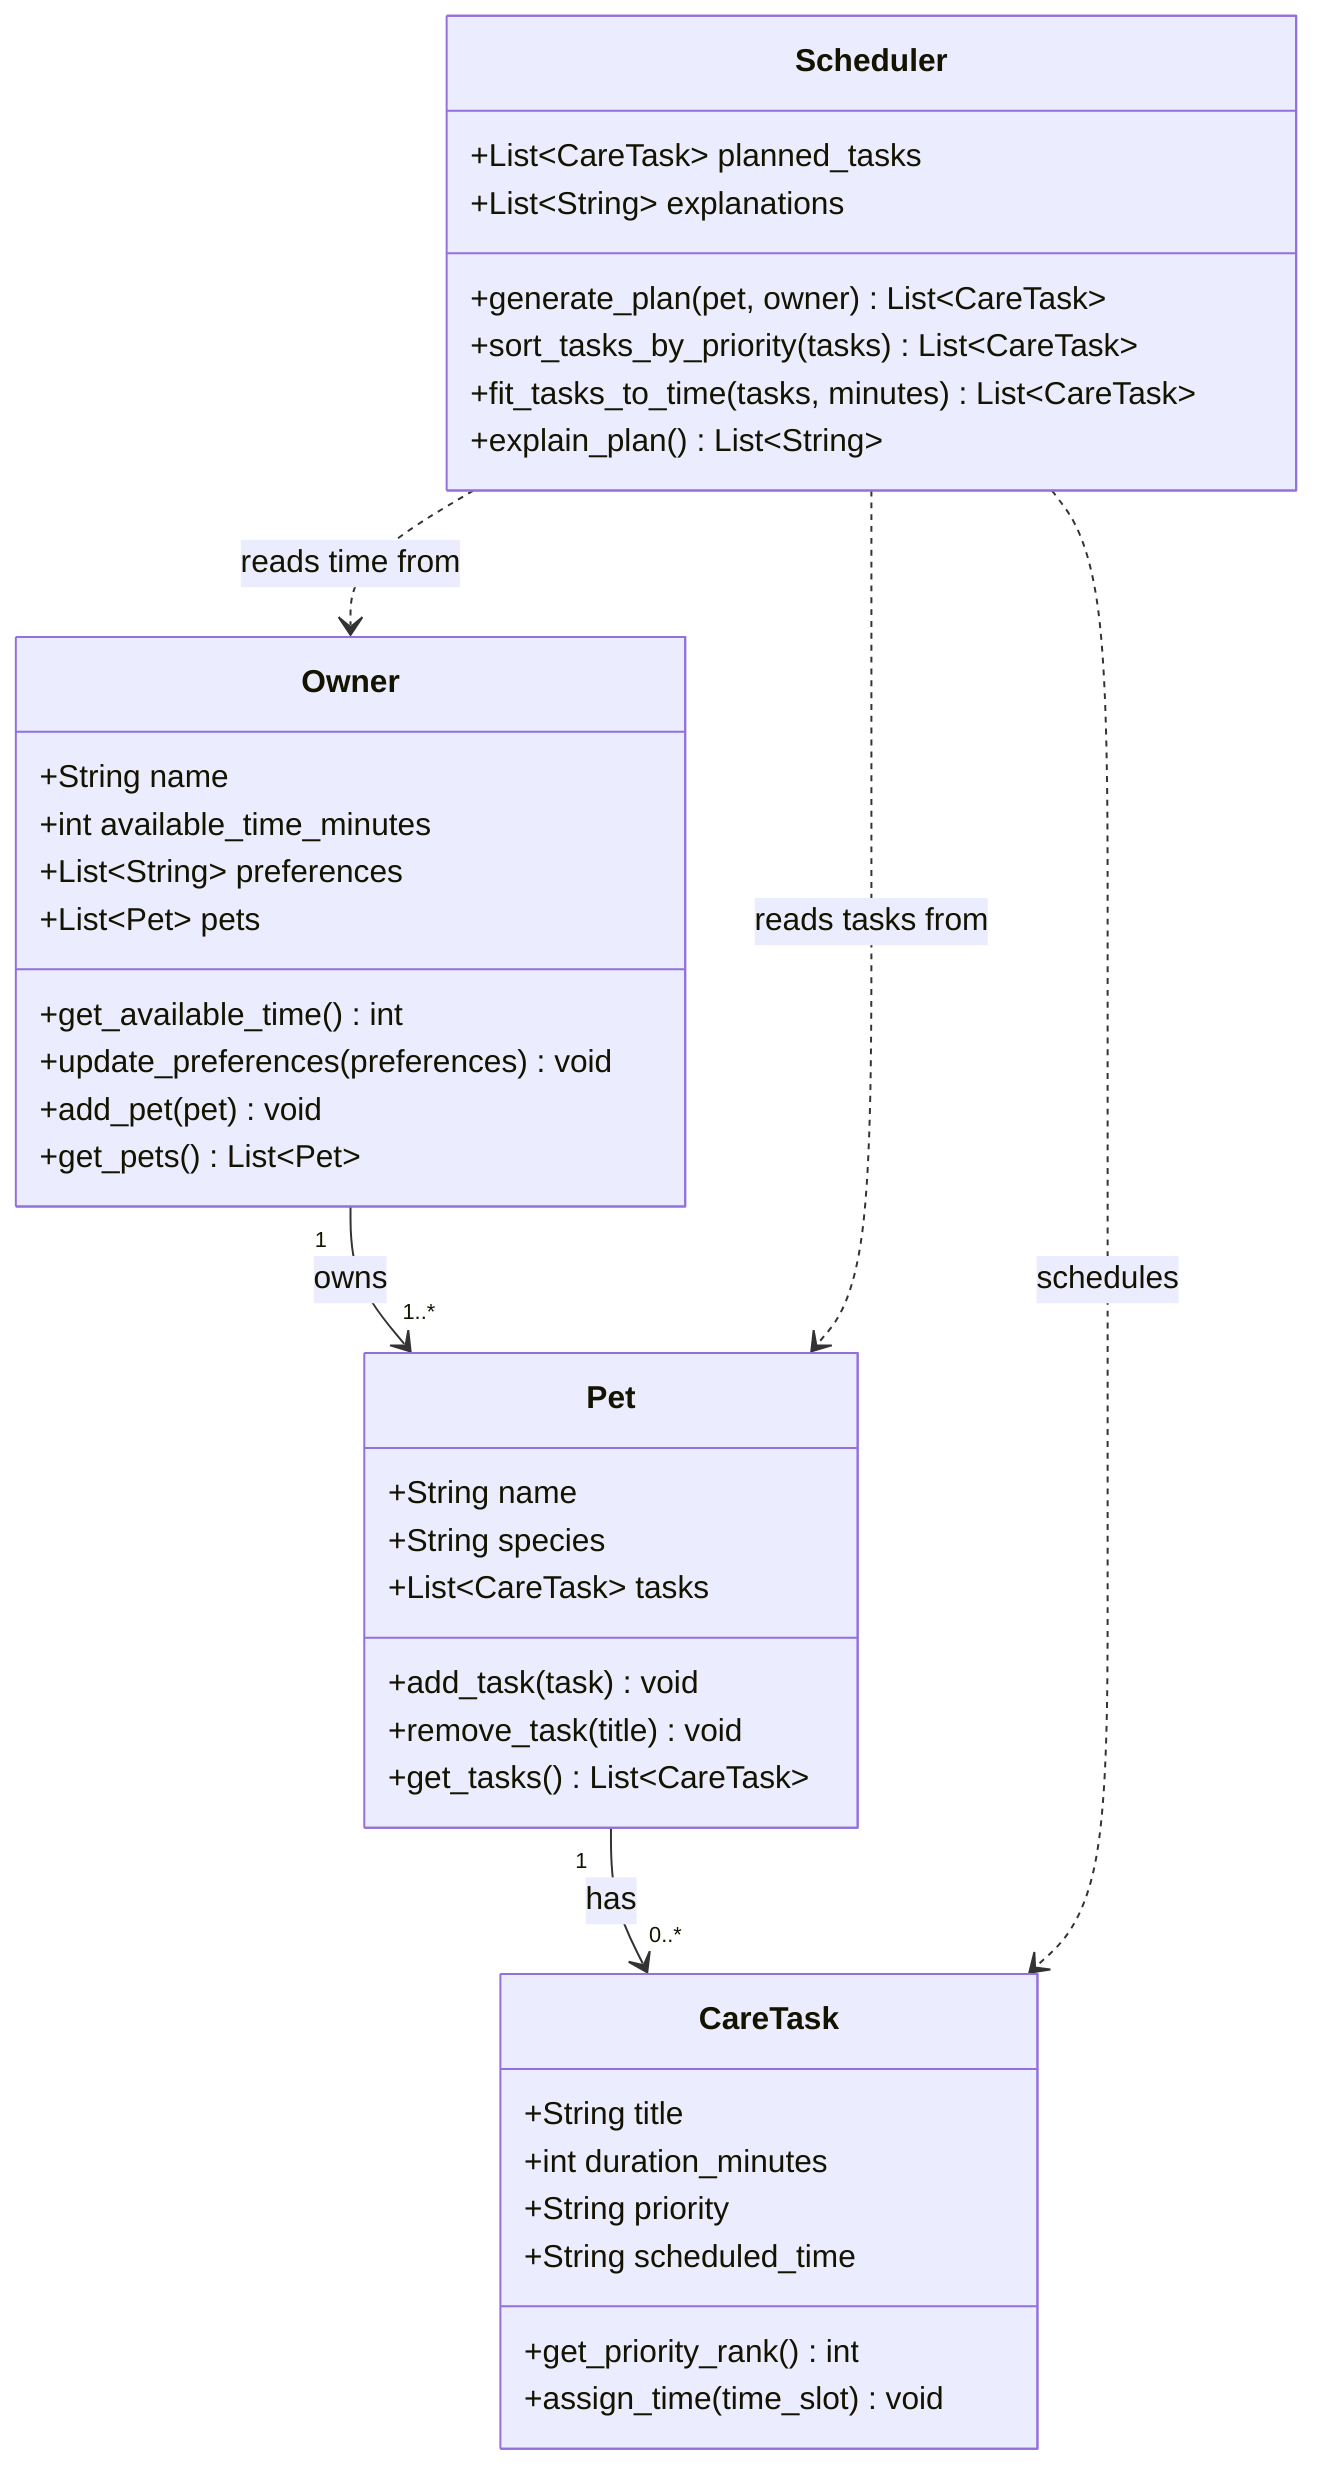
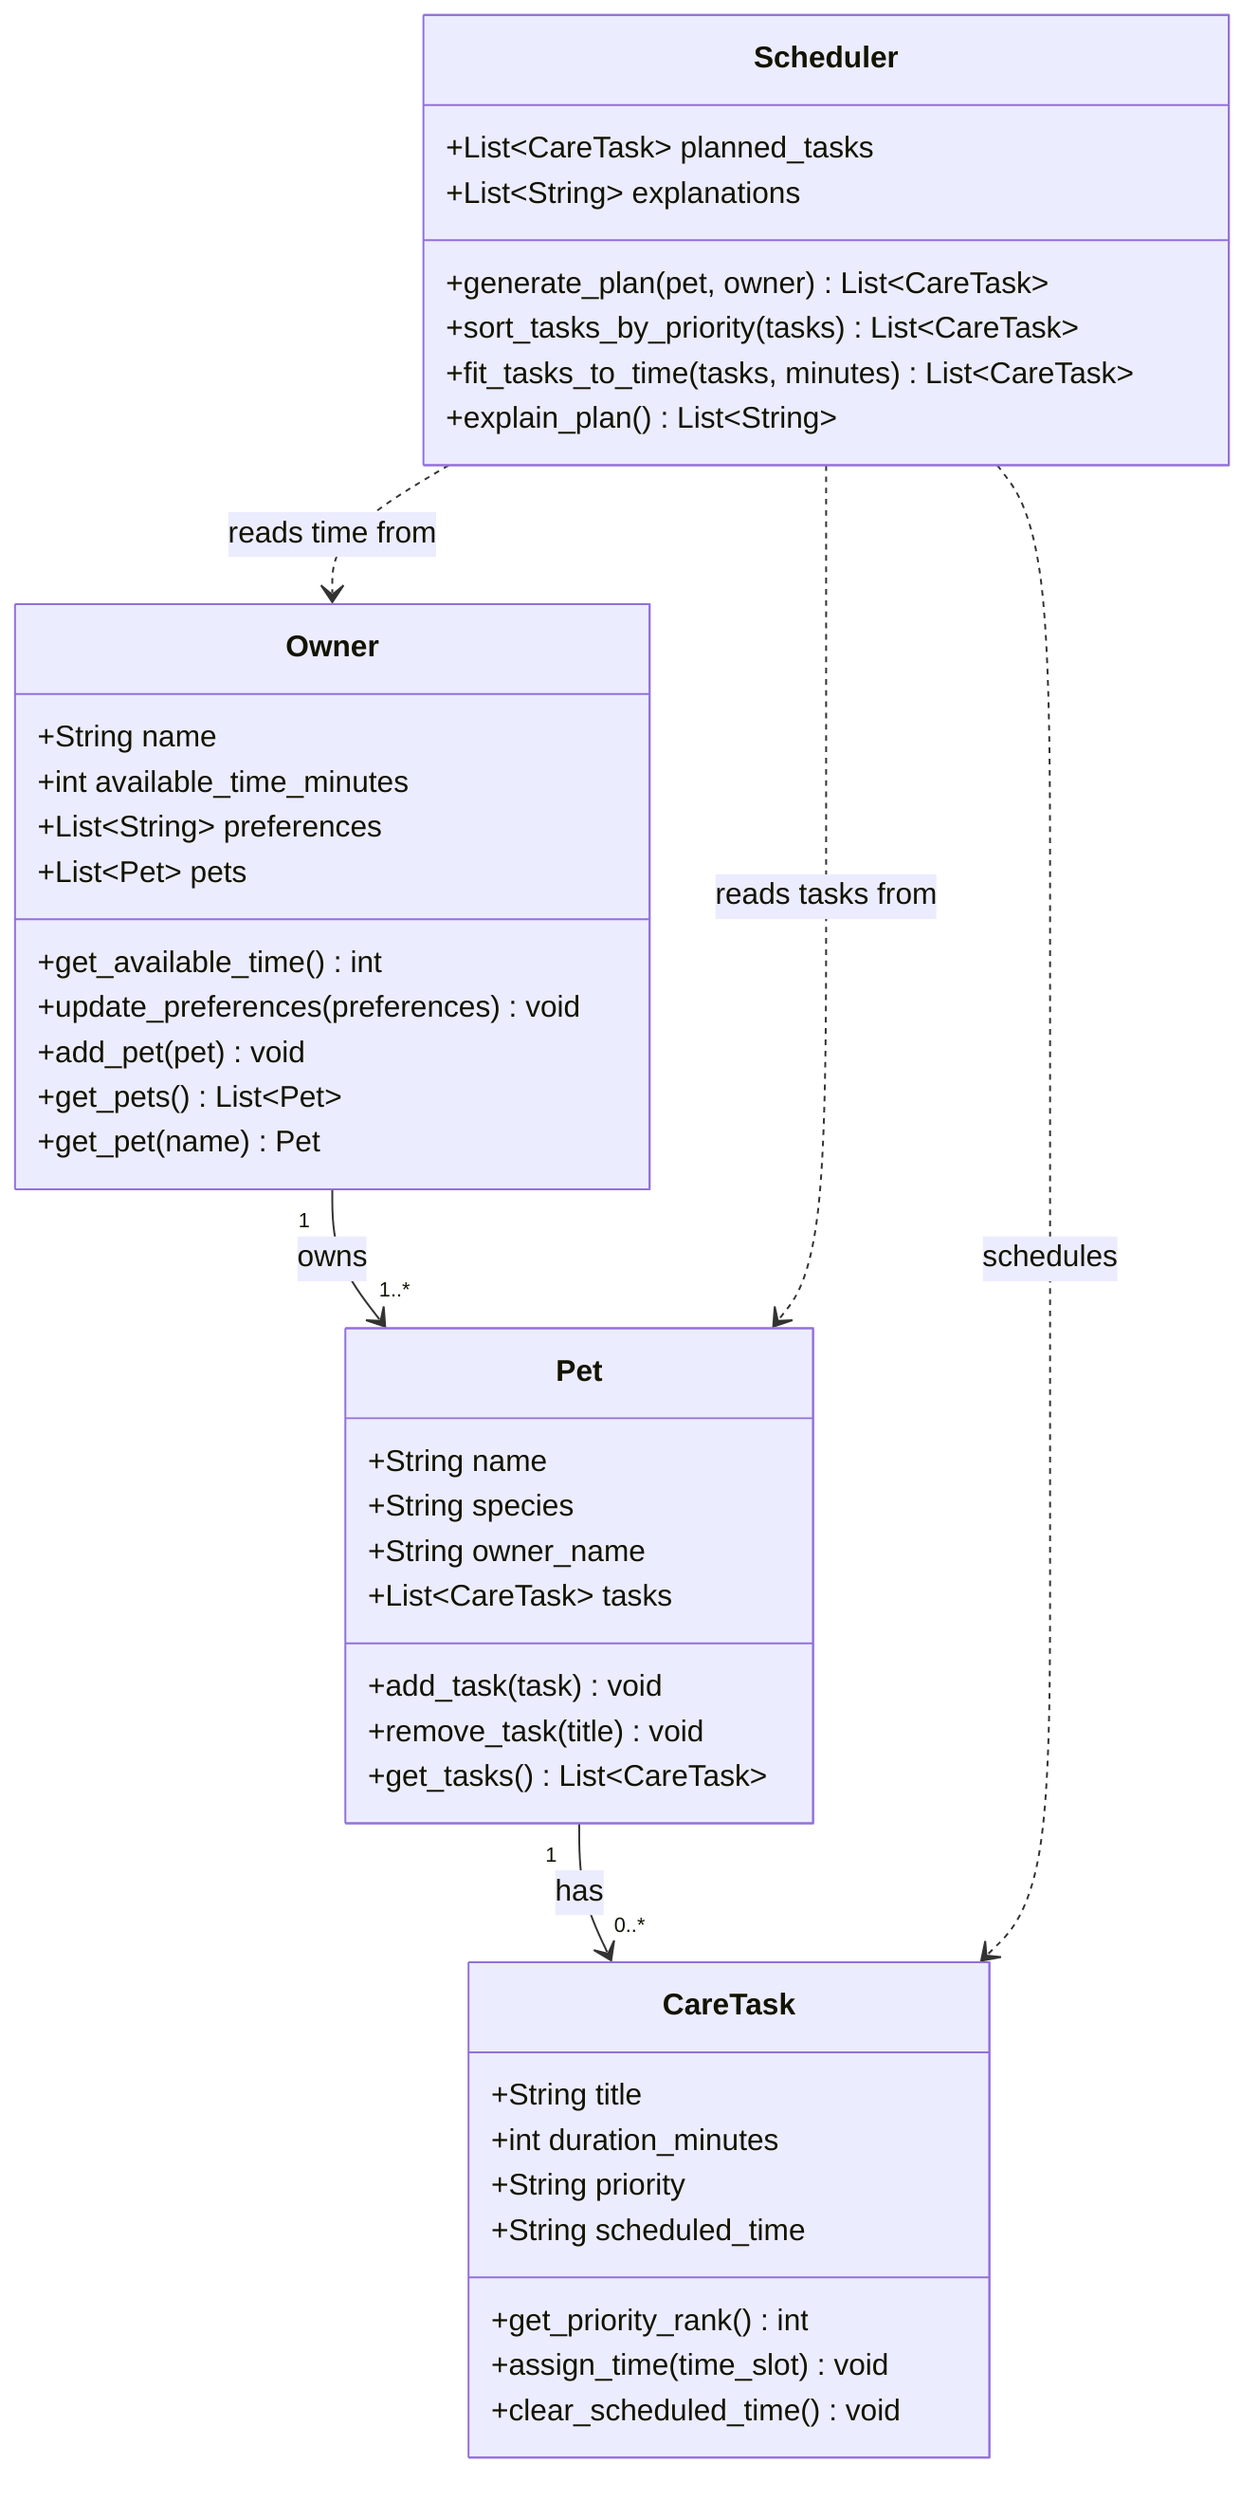
classDiagram
    %% PawPal+ initial design — Phase 3 working draft
    %% Four core classes mapped to: profile setup, task management, daily planning

    class Owner {
        +String name
        +int available_time_minutes
        +List~String~ preferences
        +List~Pet~ pets
        +get_available_time() int
        +update_preferences(preferences) void
        +add_pet(pet) void
        +get_pets() List~Pet~
+         +get_pet(name) Pet
    }

    class Pet {
        +String name
        +String species
+         +String owner_name
        +List~CareTask~ tasks
        +add_task(task) void
        +remove_task(title) void
        +get_tasks() List~CareTask~
    }

    class CareTask {
        +String title
        +int duration_minutes
        +String priority
        +String scheduled_time
        +get_priority_rank() int
        +assign_time(time_slot) void
+         +clear_scheduled_time() void
    }

    class Scheduler {
        +List~CareTask~ planned_tasks
        +List~String~ explanations
        +generate_plan(pet, owner) List~CareTask~
        +sort_tasks_by_priority(tasks) List~CareTask~
        +fit_tasks_to_time(tasks, minutes) List~CareTask~
        +explain_plan() List~String~
    }

    Owner "1" --> "1..*" Pet : owns
    Pet "1" --> "0..*" CareTask : has
    Scheduler ..> Pet : reads tasks from
    Scheduler ..> Owner : reads time from
    Scheduler ..> CareTask : schedules
